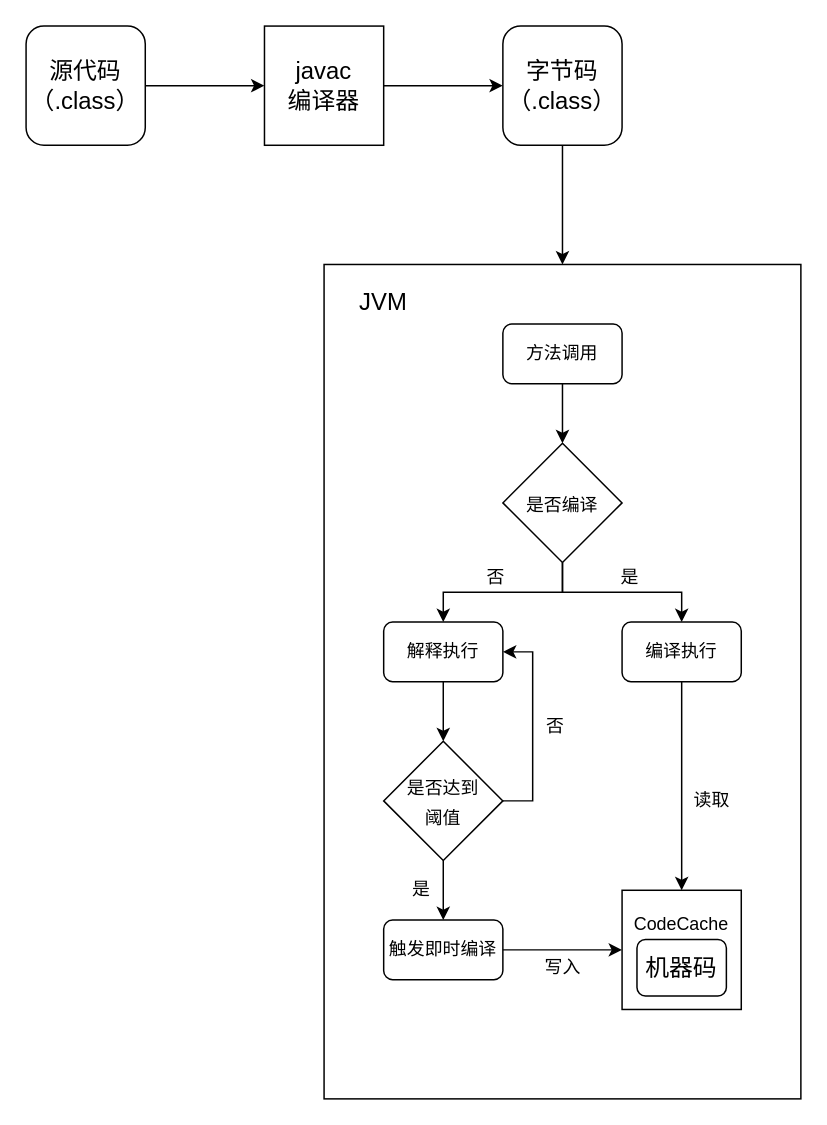
Before: 简述 即时编译器（JIT）/简述 即时编译器（JIT）.drawio in zero-97/picture-of-the-article, a draw.io diagram. Source tidied: cells renumbered, new cells numbered last; positions are measured from the earlier drawing's top-left corner, leaving out a move shared by most shapes. Both pictures are drawn from the tidied source at 149%, with x=0, y=0 at pixel (25, 25).
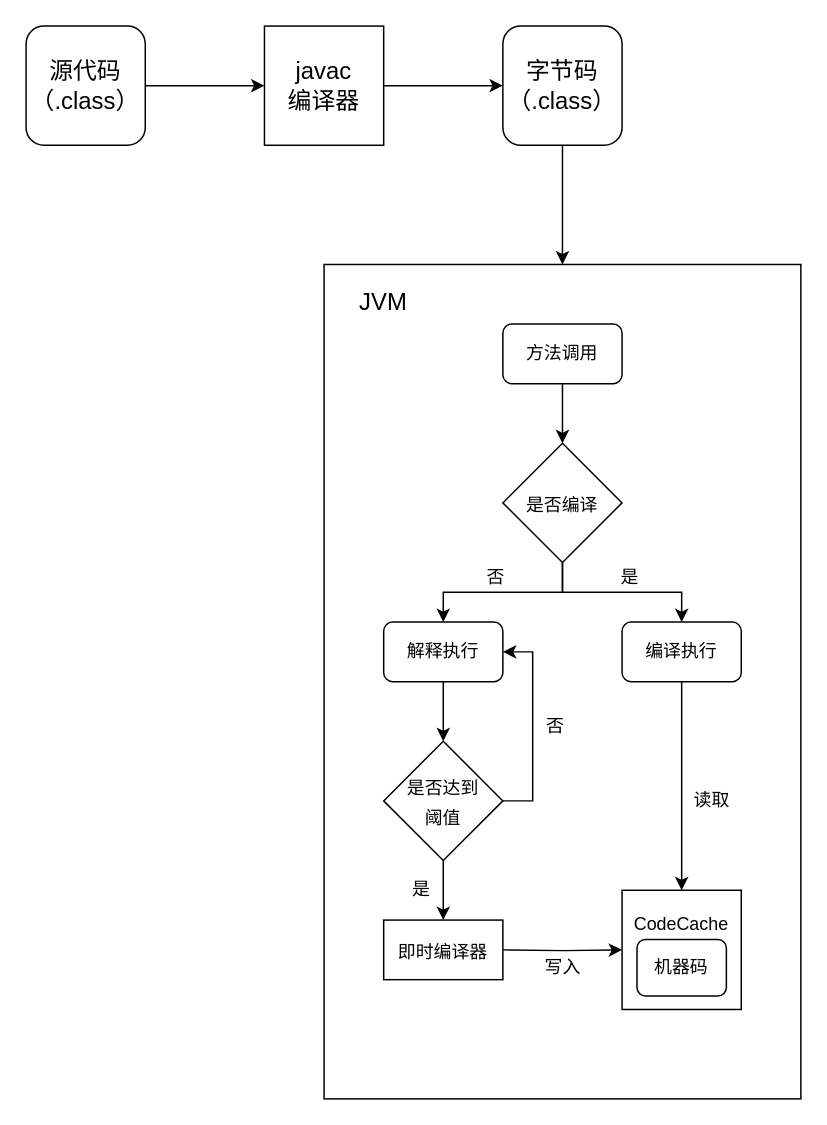
The same page after the edit.

Commit message:
Update 简述 即时编译器（JIT）.drawio

The change refers to these unchanged cells:
```xml
<mxCell id="8" style="group;" parent="1" vertex="1">
  <mxGeometry x="190" y="200" width="330" height="520" as="geometry" />
</mxCell>
<mxCell id="18" value="&lt;font style=&quot;font-size: 12px&quot;&gt;是否达到&lt;br&gt;阈值&lt;/font&gt;" style="rhombus;whiteSpace=wrap;html=1;fontSize=16;" parent="8" vertex="1">
  <mxGeometry x="50" y="280" width="80" height="80" as="geometry" />
</mxCell>
<mxCell id="22" value="&lt;font style=&quot;font-size: 12px&quot;&gt;CodeCache&lt;br&gt;&lt;br&gt;&lt;br&gt;&lt;/font&gt;" style="rounded=0;whiteSpace=wrap;html=1;fontSize=16;" parent="8" vertex="1">
  <mxGeometry x="210" y="380" width="80" height="80" as="geometry" />
</mxCell>
```

The edit, as a diff of the source:
```diff
@@
-    <mxCell id="20" value="&lt;font style=&quot;font-size: 12px&quot;&gt;触发即时编译&lt;/font&gt;" style="rounded=1;whiteSpace=wrap;html=1;" parent="8" vertex="1">
-      <mxGeometry x="50" y="400" width="80" height="40" as="geometry" />
-    </mxCell>
-    <mxCell id="21" style="edgeStyle=orthogonalEdgeStyle;rounded=0;jettySize=auto;html=1;fontSize=12;" parent="8" edge="1" source="18" target="20">
-      <mxGeometry relative="1" as="geometry" />
+    <mxCell id="21" style="edgeStyle=orthogonalEdgeStyle;rounded=0;jettySize=auto;html=1;fontSize=12;" parent="8" edge="1" source="18">
+      <mxGeometry relative="1" as="geometry">
+        <mxPoint x="90" y="400" as="targetPoint" />
+      </mxGeometry>
     </mxCell>
@@
-    <mxCell id="24" style="edgeStyle=orthogonalEdgeStyle;rounded=0;jettySize=auto;html=1;fontSize=12;" parent="8" edge="1" source="20" target="22">
-      <mxGeometry relative="1" as="geometry" />
+    <mxCell id="24" style="edgeStyle=orthogonalEdgeStyle;rounded=0;jettySize=auto;html=1;fontSize=12;" parent="8" edge="1" target="22">
+      <mxGeometry relative="1" as="geometry">
+        <mxPoint x="130" y="420" as="sourcePoint" />
+      </mxGeometry>
     </mxCell>
@@
-    <mxCell id="31" value="&lt;span style=&quot;font-size: 16px&quot;&gt;机器码&lt;/span&gt;" style="rounded=1;whiteSpace=wrap;html=1;" parent="8" vertex="1">
+    <mxCell id="31" value="&lt;font style=&quot;font-size: 12px&quot;&gt;机器码&lt;/font&gt;" style="rounded=1;whiteSpace=wrap;html=1;" parent="8" vertex="1">
       <mxGeometry x="220" y="413" width="60" height="38" as="geometry" />
     </mxCell>
@@
+    <mxCell id="33" value="&lt;span style=&quot;font-size: 12px&quot;&gt;即时编译器&lt;/span&gt;" style="rounded=0;whiteSpace=wrap;html=1;fontSize=16;" parent="8" vertex="1">
+      <mxGeometry x="50" y="400" width="80" height="40" as="geometry" />
+    </mxCell>
```
